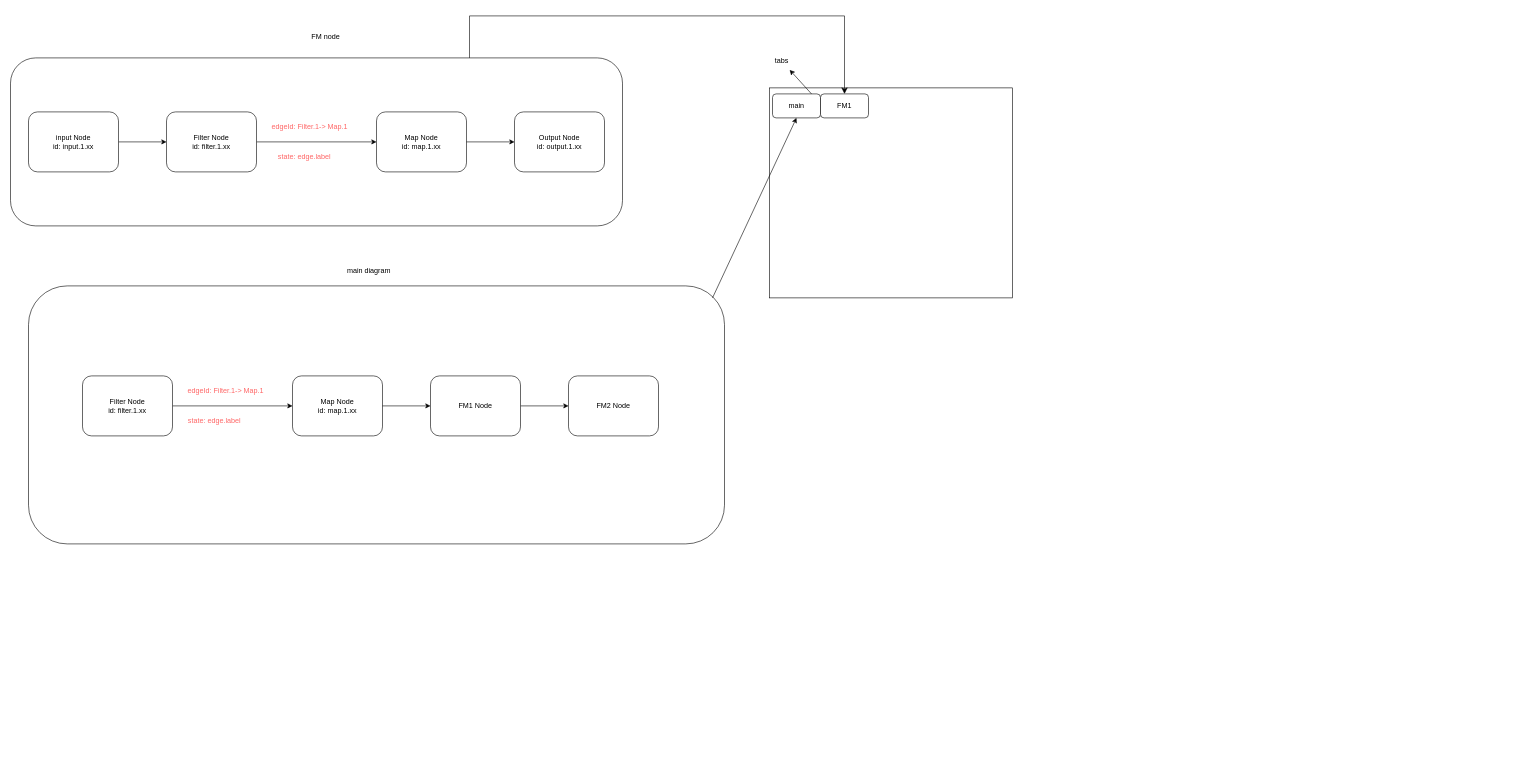
This is page "subDiagrams" (5 of 6) of output-list.drawio from stone-lyl/assets, a draw.io file, before an edit. Source tidied: cells renumbered, new cells numbered last; positions are measured from the earlier drawing's top-left corner, leaving out a move shared by most shapes. Both pictures are drawn from the tidied source at 60%, with x=0, y=0 at pixel (10, 16).
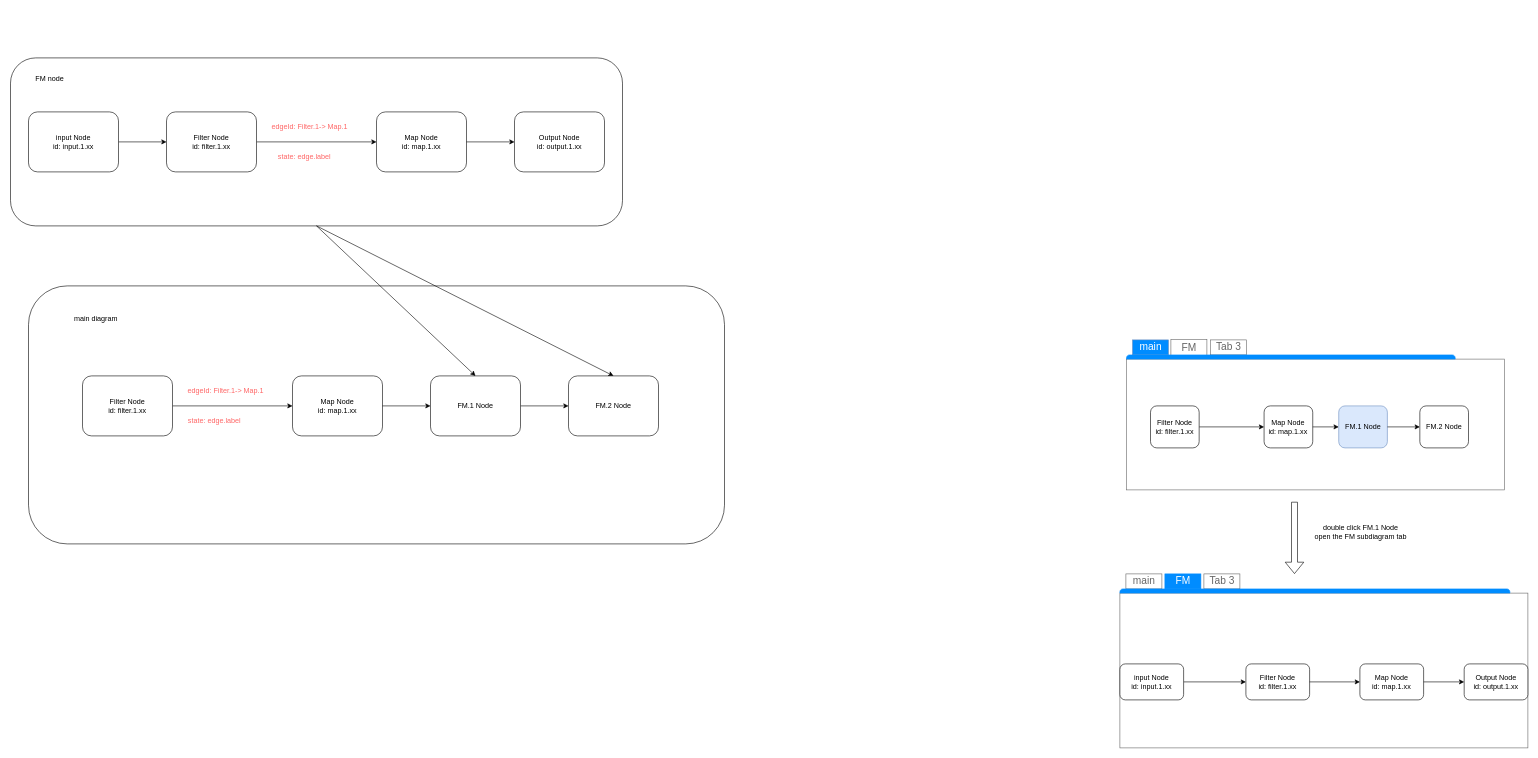
Above is the later version.

Unchanged cells that the change refers to:
```xml
<mxCell id="8" style="group;" parent="1" vertex="1">
  <mxGeometry y="20" width="1020" height="330" as="geometry" />
</mxCell>
<mxCell id="9" style="rounded=1;whiteSpace=wrap;html=1;" parent="8" vertex="1">
  <mxGeometry y="50" width="1020" height="280" as="geometry" />
</mxCell>
<mxCell id="12" value="Filter Node&lt;div&gt;id: filter.1.xx&lt;/div&gt;" style="rounded=1;whiteSpace=wrap;html=1;" parent="10" vertex="1">
  <mxGeometry width="150" height="100" as="geometry" />
</mxCell>
<mxCell id="13" value="Map Node&lt;div&gt;id: map.1.xx&lt;/div&gt;" style="rounded=1;whiteSpace=wrap;html=1;" parent="10" vertex="1">
  <mxGeometry x="350" width="150" height="100" as="geometry" />
</mxCell>
```

What changed in the source:
```diff
@@
-    <mxCell id="3" style="group;" parent="1" vertex="1">
-      <mxGeometry x="120" y="600" width="500" height="100" as="geometry" />
-    </mxCell>
-    <mxCell id="4" style="edgeStyle=orthogonalEdgeStyle;rounded=0;jettySize=auto;html=1;" parent="3" edge="1" source="5" target="6">
-      <mxGeometry relative="1" as="geometry" />
-    </mxCell>
-    <mxCell id="5" value="Filter Node&lt;div&gt;id: filter.1.xx&lt;/div&gt;" style="rounded=1;whiteSpace=wrap;html=1;" parent="3" vertex="1">
-      <mxGeometry width="150" height="100" as="geometry" />
-    </mxCell>
-    <mxCell id="6" value="Map Node&lt;div&gt;id: map.1.xx&lt;/div&gt;" style="rounded=1;whiteSpace=wrap;html=1;" parent="3" vertex="1">
-      <mxGeometry x="350" width="150" height="100" as="geometry" />
-    </mxCell>
-    <mxCell id="7" value="&lt;font color=&quot;#ff6666&quot;&gt;edgeId: Filter.1-&amp;gt; Map.1&amp;nbsp;&lt;/font&gt;" style="text;html=1;align=center;verticalAlign=middle;strokeColor=none;fillColor=none;" parent="3" vertex="1">
-      <mxGeometry x="160" y="10" width="160" height="30" as="geometry" />
-    </mxCell>
@@
+    <mxCell id="19" value="FM node" style="text;html=1;align=center;verticalAlign=middle;strokeColor=none;fillColor=none;" parent="8" vertex="1">
+      <mxGeometry x="30" y="70" width="70" height="30" as="geometry" />
+    </mxCell>
+    <mxCell id="20" value="&lt;font color=&quot;#ff6666&quot;&gt;state:&amp;nbsp;edge.label&lt;/font&gt;" style="text;html=1;align=center;verticalAlign=middle;whiteSpace=wrap;rounded=0;" parent="8" vertex="1">
+      <mxGeometry x="460" y="200" width="60" height="30" as="geometry" />
+    </mxCell>
+    <mxCell id="34" style="group;" parent="8" vertex="1">
+      <mxGeometry x="30" y="140" width="960" height="100" as="geometry" />
+    </mxCell>
-    <mxCell id="10" style="group;" parent="8" vertex="1">
-      <mxGeometry x="260" y="140" width="500" height="100" as="geometry" />
+    <mxCell id="10" style="group;" parent="34" vertex="1">
+      <mxGeometry x="230" width="500" height="100" as="geometry" />
     </mxCell>
@@
-    <mxCell id="15" value="Output Node&lt;div&gt;id: output.1.xx&lt;/div&gt;" style="rounded=1;whiteSpace=wrap;html=1;" parent="8" vertex="1">
-      <mxGeometry x="840" y="140" width="150" height="100" as="geometry" />
+    <mxCell id="15" value="Output Node&lt;div&gt;id: output.1.xx&lt;/div&gt;" style="rounded=1;whiteSpace=wrap;html=1;" parent="34" vertex="1">
+      <mxGeometry x="810" width="150" height="100" as="geometry" />
     </mxCell>
-    <mxCell id="16" style="edgeStyle=orthogonalEdgeStyle;rounded=0;jettySize=auto;html=1;" parent="8" edge="1" source="13" target="15">
+    <mxCell id="16" style="edgeStyle=orthogonalEdgeStyle;rounded=0;jettySize=auto;html=1;" parent="34" edge="1" source="13" target="15">
       <mxGeometry relative="1" as="geometry" />
     </mxCell>
-    <mxCell id="17" style="edgeStyle=orthogonalEdgeStyle;rounded=0;jettySize=auto;html=1;" parent="8" edge="1" source="18" target="12">
+    <mxCell id="17" style="edgeStyle=orthogonalEdgeStyle;rounded=0;jettySize=auto;html=1;" parent="34" edge="1" source="18" target="12">
       <mxGeometry relative="1" as="geometry" />
     </mxCell>
-    <mxCell id="18" value="input Node&lt;div&gt;id: input.1.xx&lt;/div&gt;" style="rounded=1;whiteSpace=wrap;html=1;" parent="8" vertex="1">
-      <mxGeometry x="30" y="140" width="150" height="100" as="geometry" />
+    <mxCell id="18" value="input Node&lt;div&gt;id: input.1.xx&lt;/div&gt;" style="rounded=1;whiteSpace=wrap;html=1;" parent="34" vertex="1">
+      <mxGeometry width="150" height="100" as="geometry" />
     </mxCell>
-    <mxCell id="19" value="FM node" style="text;html=1;align=center;verticalAlign=middle;strokeColor=none;fillColor=none;" parent="8" vertex="1">
-      <mxGeometry x="490" width="70" height="30" as="geometry" />
-    </mxCell>
-    <mxCell id="20" value="&lt;font color=&quot;#ff6666&quot;&gt;state:&amp;nbsp;edge.label&lt;/font&gt;" style="text;html=1;align=center;verticalAlign=middle;whiteSpace=wrap;rounded=0;" parent="8" vertex="1">
-      <mxGeometry x="460" y="200" width="60" height="30" as="geometry" />
-    </mxCell>
     <mxCell id="21" value="main diagram" style="text;html=1;align=center;verticalAlign=middle;whiteSpace=wrap;rounded=0;" parent="1" vertex="1">
-      <mxGeometry x="505" y="410" width="185" height="30" as="geometry" />
+      <mxGeometry x="50" y="490" width="185" height="30" as="geometry" />
     </mxCell>
@@
+    <mxCell id="35" style="endArrow=classic;html=1;rounded=0;exitX=0.5;exitY=1;exitDx=0;exitDy=0;entryX=0.5;entryY=0;entryDx=0;entryDy=0;" parent="1" edge="1" source="9" target="24">
+      <mxGeometry relative="1" as="geometry" />
+    </mxCell>
+    <mxCell id="36" style="endArrow=classic;html=1;rounded=0;entryX=0.5;entryY=0;entryDx=0;entryDy=0;" parent="1" edge="1" target="26">
+      <mxGeometry relative="1" as="geometry">
+        <mxPoint x="510" y="350" as="sourcePoint" />
+      </mxGeometry>
+    </mxCell>
+    <mxCell id="37" style="strokeWidth=1;shadow=0;dashed=0;align=center;html=1;shape=mxgraph.mockup.containers.marginRect2;rectMarginTop=32;strokeColor=#666666;gradientColor=none;whiteSpace=wrap;" parent="1" vertex="1">
+      <mxGeometry x="1849" y="930" width="680" height="290" as="geometry" />
+    </mxCell>
+    <mxCell id="38" value="main" style="strokeColor=inherit;fillColor=inherit;gradientColor=inherit;strokeWidth=1;shadow=0;dashed=0;align=center;html=1;shape=mxgraph.mockup.containers.rrect;rSize=0;fontSize=17;fontColor=#666666;gradientColor=none;" parent="37" vertex="1">
+      <mxGeometry width="60" height="25" relative="1" as="geometry">
+        <mxPoint x="10" as="offset" />
+      </mxGeometry>
+    </mxCell>
+    <mxCell id="39" value="FM" style="strokeWidth=1;shadow=0;dashed=0;align=center;html=1;shape=mxgraph.mockup.containers.rrect;rSize=0;fontSize=17;fontColor=#ffffff;strokeColor=#008cff;fillColor=#008cff;" parent="37" vertex="1">
+      <mxGeometry width="60" height="25" relative="1" as="geometry">
+        <mxPoint x="75" as="offset" />
+      </mxGeometry>
+    </mxCell>
+    <mxCell id="40" value="Tab 3" style="strokeColor=inherit;fillColor=inherit;gradientColor=inherit;strokeWidth=1;shadow=0;dashed=0;align=center;html=1;shape=mxgraph.mockup.containers.rrect;rSize=0;fontSize=17;fontColor=#666666;gradientColor=none;" parent="37" vertex="1">
+      <mxGeometry width="60" height="25" relative="1" as="geometry">
+        <mxPoint x="140" as="offset" />
+      </mxGeometry>
+    </mxCell>
+    <mxCell id="41" style="strokeWidth=1;shadow=0;dashed=0;align=center;html=1;shape=mxgraph.mockup.containers.topButton;rSize=5;strokeColor=#008cff;fillColor=#008cff;gradientColor=none;" parent="37" vertex="1">
+      <mxGeometry width="650" height="7" relative="1" as="geometry">
+        <mxPoint y="25" as="offset" />
+      </mxGeometry>
+    </mxCell>
+    <mxCell id="42" style="group;" parent="37" vertex="1">
+      <mxGeometry y="150" width="680" height="60" as="geometry" />
+    </mxCell>
+    <mxCell id="43" style="group;" parent="42" vertex="1">
+      <mxGeometry x="162.9" width="354.2" height="60" as="geometry" />
+    </mxCell>
+    <mxCell id="44" value="Filter Node&lt;div&gt;id: filter.1.xx&lt;/div&gt;" style="rounded=1;whiteSpace=wrap;html=1;" parent="43" vertex="1">
+      <mxGeometry x="47.1" width="106.2" height="60" as="geometry" />
+    </mxCell>
+    <mxCell id="45" value="Output Node&lt;div&gt;id: output.1.xx&lt;/div&gt;" style="rounded=1;whiteSpace=wrap;html=1;" parent="42" vertex="1">
+      <mxGeometry x="573.8" width="106.2" height="60" as="geometry" />
+    </mxCell>
+    <mxCell id="46" style="edgeStyle=orthogonalEdgeStyle;rounded=0;jettySize=auto;html=1;" parent="42" edge="1" source="47" target="44">
+      <mxGeometry relative="1" as="geometry" />
+    </mxCell>
+    <mxCell id="47" value="input Node&lt;div&gt;id: input.1.xx&lt;/div&gt;" style="rounded=1;whiteSpace=wrap;html=1;" parent="42" vertex="1">
+      <mxGeometry width="106.2" height="60" as="geometry" />
+    </mxCell>
+    <mxCell id="48" value="Map Node&lt;div&gt;id: map.1.xx&lt;/div&gt;" style="rounded=1;whiteSpace=wrap;html=1;" parent="37" vertex="1">
+      <mxGeometry x="400" y="150" width="106.2" height="60" as="geometry" />
+    </mxCell>
+    <mxCell id="49" style="edgeStyle=orthogonalEdgeStyle;rounded=0;jettySize=auto;html=1;" parent="37" edge="1" source="44" target="48">
+      <mxGeometry relative="1" as="geometry" />
+    </mxCell>
+    <mxCell id="50" style="edgeStyle=orthogonalEdgeStyle;rounded=0;jettySize=auto;html=1;" parent="37" edge="1" source="48" target="45">
+      <mxGeometry relative="1" as="geometry" />
+    </mxCell>
+    <mxCell id="51" style="group;" parent="1" vertex="1">
+      <mxGeometry x="120" y="600" width="960" height="100" as="geometry" />
+    </mxCell>
+    <mxCell id="3" style="group;" parent="51" vertex="1">
+      <mxGeometry width="500" height="100" as="geometry" />
+    </mxCell>
+    <mxCell id="4" style="edgeStyle=orthogonalEdgeStyle;rounded=0;jettySize=auto;html=1;" parent="3" edge="1" source="5" target="6">
+      <mxGeometry relative="1" as="geometry" />
+    </mxCell>
+    <mxCell id="5" value="Filter Node&lt;div&gt;id: filter.1.xx&lt;/div&gt;" style="rounded=1;whiteSpace=wrap;html=1;" parent="3" vertex="1">
+      <mxGeometry width="150" height="100" as="geometry" />
+    </mxCell>
+    <mxCell id="6" value="Map Node&lt;div&gt;id: map.1.xx&lt;/div&gt;" style="rounded=1;whiteSpace=wrap;html=1;" parent="3" vertex="1">
+      <mxGeometry x="350" width="150" height="100" as="geometry" />
+    </mxCell>
+    <mxCell id="7" value="&lt;font color=&quot;#ff6666&quot;&gt;edgeId: Filter.1-&amp;gt; Map.1&amp;nbsp;&lt;/font&gt;" style="text;html=1;align=center;verticalAlign=middle;strokeColor=none;fillColor=none;" parent="3" vertex="1">
+      <mxGeometry x="160" y="10" width="160" height="30" as="geometry" />
+    </mxCell>
-    <mxCell id="23" style="edgeStyle=orthogonalEdgeStyle;rounded=0;jettySize=auto;html=1;" parent="1" edge="1" source="24" target="26">
+    <mxCell id="23" style="edgeStyle=orthogonalEdgeStyle;rounded=0;jettySize=auto;html=1;" parent="51" edge="1" source="24" target="26">
       <mxGeometry relative="1" as="geometry" />
     </mxCell>
-    <mxCell id="24" value="FM1 Node" style="rounded=1;whiteSpace=wrap;html=1;" parent="1" vertex="1">
-      <mxGeometry x="700" y="600" width="150" height="100" as="geometry" />
+    <mxCell id="24" value="FM.1 Node" style="rounded=1;whiteSpace=wrap;html=1;" parent="51" vertex="1">
+      <mxGeometry x="580" width="150" height="100" as="geometry" />
     </mxCell>
-    <mxCell id="25" style="edgeStyle=orthogonalEdgeStyle;rounded=0;jettySize=auto;html=1;" parent="1" edge="1" source="6" target="24">
+    <mxCell id="25" style="edgeStyle=orthogonalEdgeStyle;rounded=0;jettySize=auto;html=1;" parent="51" edge="1" source="6" target="24">
       <mxGeometry relative="1" as="geometry" />
     </mxCell>
-    <mxCell id="26" value="FM2 Node" style="rounded=1;whiteSpace=wrap;html=1;" parent="1" vertex="1">
-      <mxGeometry x="930" y="600" width="150" height="100" as="geometry" />
+    <mxCell id="26" value="FM.2 Node" style="rounded=1;whiteSpace=wrap;html=1;" parent="51" vertex="1">
+      <mxGeometry x="810" width="150" height="100" as="geometry" />
     </mxCell>
-    <mxCell id="27" style="rounded=0;whiteSpace=wrap;html=1;" parent="1" vertex="1">
-      <mxGeometry x="1265" y="120" width="405" height="350" as="geometry" />
-    </mxCell>
-    <mxCell id="28" value="main" style="rounded=1;whiteSpace=wrap;html=1;" parent="1" vertex="1">
-      <mxGeometry x="1270" y="130" width="80" height="40" as="geometry" />
-    </mxCell>
-    <mxCell id="29" value="FM1" style="rounded=1;whiteSpace=wrap;html=1;" parent="1" vertex="1">
-      <mxGeometry x="1350" y="130" width="80" height="40" as="geometry" />
-    </mxCell>
-    <mxCell id="30" style="endArrow=classic;html=1;rounded=0;" parent="1" edge="1" target="31">
-      <mxGeometry relative="1" as="geometry">
-        <mxPoint x="1335" y="130" as="sourcePoint" />
-      </mxGeometry>
-    </mxCell>
-    <mxCell id="31" value="tabs" style="text;html=1;align=center;verticalAlign=middle;points=[];strokeColor=none;fillColor=none;" parent="1" vertex="1">
-      <mxGeometry x="1260" y="60" width="50" height="30" as="geometry" />
-    </mxCell>
-    <mxCell id="32" style="endArrow=classic;html=1;rounded=0;entryX=0.5;entryY=1;entryDx=0;entryDy=0;" parent="1" edge="1" target="28">
-      <mxGeometry relative="1" as="geometry">
-        <mxPoint x="1170" y="470" as="sourcePoint" />
-      </mxGeometry>
-    </mxCell>
-    <mxCell id="33" style="edgeStyle=elbowEdgeStyle;elbow=vertical;endArrow=classic;html=1;curved=0;rounded=0;endSize=8;startSize=8;exitX=0.75;exitY=0;exitDx=0;exitDy=0;entryX=0.5;entryY=0;entryDx=0;entryDy=0;" parent="1" edge="1" source="9" target="29">
-      <mxGeometry relative="1" as="geometry">
-        <Array as="points">
-          <mxPoint x="1190" />
-        </Array>
-      </mxGeometry>
-    </mxCell>
+    <mxCell id="52" style="strokeWidth=1;shadow=0;dashed=0;align=center;html=1;shape=mxgraph.mockup.containers.marginRect2;rectMarginTop=32;strokeColor=#666666;gradientColor=none;whiteSpace=wrap;" parent="1" vertex="1">
+      <mxGeometry x="1860" y="540" width="630" height="250" as="geometry" />
+    </mxCell>
+    <mxCell id="53" value="main" style="strokeColor=#6c8ebf;fillColor=#008CFF;strokeWidth=1;shadow=0;dashed=0;align=center;html=1;shape=mxgraph.mockup.containers.rrect;rSize=0;fontSize=17;gradientColor=none;fontColor=#FFFFFF;" parent="52" vertex="1">
+      <mxGeometry width="60" height="25" relative="1" as="geometry">
+        <mxPoint x="10" as="offset" />
+      </mxGeometry>
+    </mxCell>
+    <mxCell id="54" value="Tab 3" style="strokeColor=inherit;fillColor=inherit;gradientColor=inherit;strokeWidth=1;shadow=0;dashed=0;align=center;html=1;shape=mxgraph.mockup.containers.rrect;rSize=0;fontSize=17;fontColor=#666666;gradientColor=none;" parent="52" vertex="1">
+      <mxGeometry width="60" height="25" relative="1" as="geometry">
+        <mxPoint x="140" as="offset" />
+      </mxGeometry>
+    </mxCell>
+    <mxCell id="55" value="FM" style="strokeColor=inherit;fillColor=inherit;gradientColor=inherit;strokeWidth=1;shadow=0;dashed=0;align=center;html=1;shape=mxgraph.mockup.containers.rrect;rSize=0;fontSize=17;fontColor=#666666;gradientColor=none;" parent="52" vertex="1">
+      <mxGeometry x="74" y="-1" width="60" height="30" as="geometry" />
+    </mxCell>
+    <mxCell id="56" style="strokeWidth=1;shadow=0;dashed=0;align=center;html=1;shape=mxgraph.mockup.containers.topButton;rSize=5;strokeColor=#008cff;fillColor=#008cff;gradientColor=none;" parent="52" vertex="1">
+      <mxGeometry width="547.83" height="7" relative="1" as="geometry">
+        <mxPoint y="25" as="offset" />
+      </mxGeometry>
+    </mxCell>
+    <mxCell id="57" style="group;" parent="52" vertex="1">
+      <mxGeometry x="40" y="110" width="530" height="70" as="geometry" />
+    </mxCell>
+    <mxCell id="58" style="group;" parent="57" vertex="1">
+      <mxGeometry width="270.4" height="70" as="geometry" />
+    </mxCell>
+    <mxCell id="59" style="edgeStyle=orthogonalEdgeStyle;rounded=0;jettySize=auto;html=1;" parent="58" edge="1" source="60" target="61">
+      <mxGeometry relative="1" as="geometry" />
+    </mxCell>
+    <mxCell id="60" value="Filter Node&lt;div&gt;id: filter.1.xx&lt;/div&gt;" style="rounded=1;whiteSpace=wrap;html=1;" parent="58" vertex="1">
+      <mxGeometry width="81.1" height="70" as="geometry" />
+    </mxCell>
+    <mxCell id="61" value="Map Node&lt;div&gt;id: map.1.xx&lt;/div&gt;" style="rounded=1;whiteSpace=wrap;html=1;" parent="58" vertex="1">
+      <mxGeometry x="189.3" width="81.1" height="70" as="geometry" />
+    </mxCell>
+    <mxCell id="62" value="FM.1 Node" style="rounded=1;whiteSpace=wrap;html=1;fillColor=#dae8fc;strokeColor=#6c8ebf;" parent="57" vertex="1">
+      <mxGeometry x="313.7" width="81.1" height="70" as="geometry" />
+    </mxCell>
+    <mxCell id="63" style="edgeStyle=orthogonalEdgeStyle;rounded=0;jettySize=auto;html=1;" parent="57" edge="1" source="61" target="62">
+      <mxGeometry relative="1" as="geometry" />
+    </mxCell>
+    <mxCell id="64" value="FM.2 Node" style="rounded=1;whiteSpace=wrap;html=1;" parent="57" vertex="1">
+      <mxGeometry x="448.9" width="81.1" height="70" as="geometry" />
+    </mxCell>
+    <mxCell id="65" style="edgeStyle=orthogonalEdgeStyle;rounded=0;jettySize=auto;html=1;" parent="57" edge="1" source="62" target="64">
+      <mxGeometry relative="1" as="geometry" />
+    </mxCell>
+    <mxCell id="66" style="shape=flexArrow;endArrow=classic;html=1;rounded=0;" parent="1" edge="1">
+      <mxGeometry relative="1" as="geometry">
+        <mxPoint x="2140" y="810" as="sourcePoint" />
+        <mxPoint x="2140" y="930" as="targetPoint" />
+      </mxGeometry>
+    </mxCell>
+    <mxCell id="67" value="double click FM.1 Node&lt;br&gt;open the FM subdiagram tab" style="text;html=1;align=center;verticalAlign=middle;strokeColor=none;fillColor=none;" parent="1" vertex="1">
+      <mxGeometry x="2155" y="840" width="190" height="40" as="geometry" />
+    </mxCell>
```
